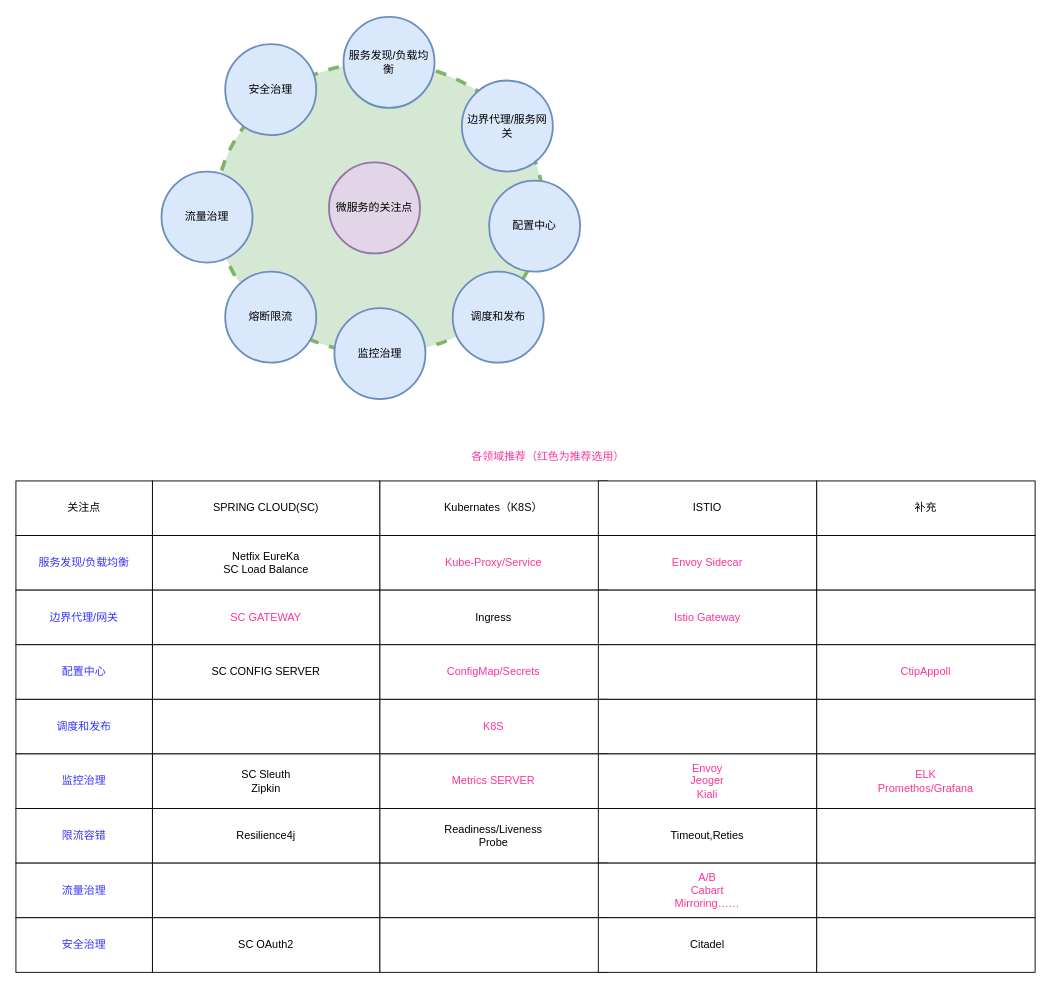
cruecrue/javastudy keeps this draw.io diagram as page "Page-4" (4 of 5) of JVM (5).drawio. Above is the earlier version. Source tidied: cells renumbered, new cells numbered last; positions are measured from the earlier drawing's top-left corner, leaving out a move shared by most shapes. Both pictures are drawn from the tidied source at 91%, with x=0, y=0 at pixel (15, 16).
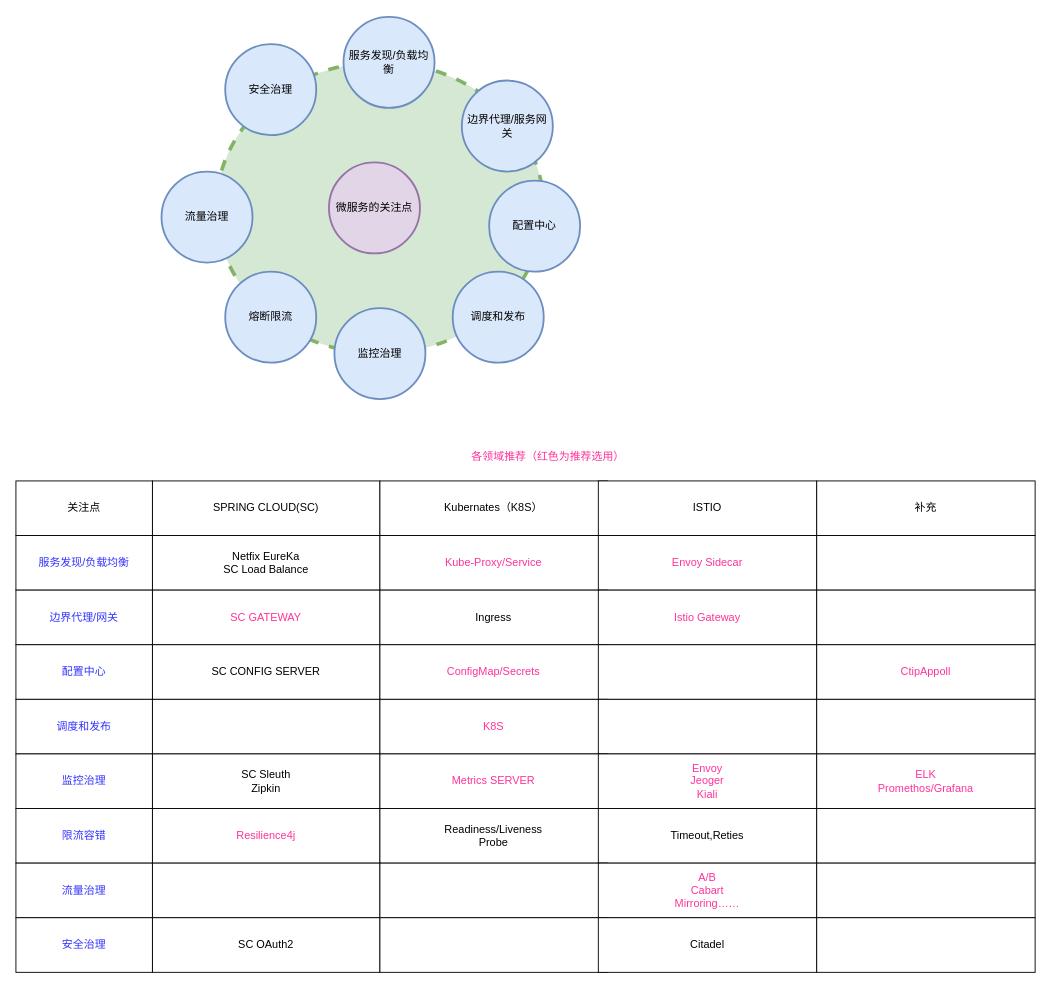
The same diagram, later.

Change to the diagram source:
```diff
@@
-    <mxCell id="43" value="Resilience4j" style="rounded=0;whiteSpace=wrap;html=1;strokeWidth=1;" parent="1" vertex="1">
+    <mxCell id="43" value="Resilience4j" style="rounded=0;whiteSpace=wrap;html=1;strokeWidth=1;fontColor=#FF3399;" parent="1" vertex="1">
       <mxGeometry x="150" y="870" width="250" height="60" as="geometry" />
     </mxCell>
```
